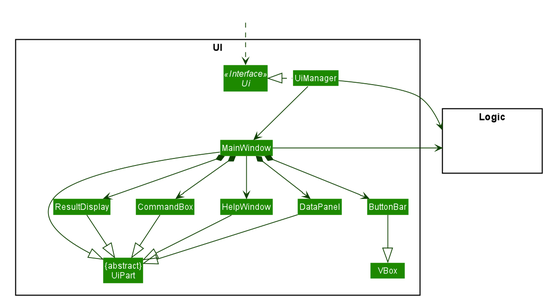
The PlantUML diagram docs/images/ui/UiClassDiagram.png in successs404/tp, before a commit. The source it was exported from:
```plantuml
@startuml








skinparam BackgroundColor #FFFFFFF

skinparam Shadowing false

skinparam Class {
    FontColor #FFFFFF
    BorderThickness 1
    BorderColor #FFFFFF
    StereotypeFontColor #FFFFFF
    FontName Arial
}

skinparam Actor {
    BorderColor #000000
    Color #000000
    FontName Arial
}

skinparam Sequence {
    MessageAlign center
    BoxFontSize 15
    BoxPadding 0
    BoxFontColor #FFFFFF
    FontName Arial
}

skinparam Participant {
    FontColor #FFFFFFF
    Padding 20
}

skinparam MinClassWidth 50
skinparam ParticipantPadding 10
skinparam Shadowing false
skinparam DefaultTextAlignment center
skinparam packageStyle Rectangle

hide footbox
hide members
hide circle
skinparam arrowThickness 1.1
skinparam arrowColor #0E4100
skinparam classBackgroundColor #1D8900

package UI <<Rectangle>>{
Interface Ui <<Interface>>
Class "{abstract}\nUiPart" as UiPart
Class UiManager
Class MainWindow
Class HelpWindow
Class ResultDisplay
Class CommandBox
Class ButtonBar
Class VBox
Class DataPanel
}

package Logic <<Rectangle>> {
Class HiddenLogic #FFFFFF
}

Class HiddenOutside #FFFFFF
HiddenOutside ..> Ui

UiManager .left.|> Ui
UiManager -down-> MainWindow
MainWindow --> HelpWindow
MainWindow *-down-> CommandBox
MainWindow *-down-> ResultDisplay
MainWindow *-down-> ButtonBar
MainWindow *-down-> DataPanel

MainWindow -left-|> UiPart
ResultDisplay --|> UiPart
CommandBox --|> UiPart
HelpWindow -down-|> UiPart
ButtonBar -down-|> VBox
DataPanel -down-|> UiPart

UiManager -right-> Logic
MainWindow -left-> Logic

HelpWindow -[hidden]left- CommandBox
CommandBox -[hidden]left- ResultDisplay

MainWindow -[hidden]-|> UiPart
@enduml
```
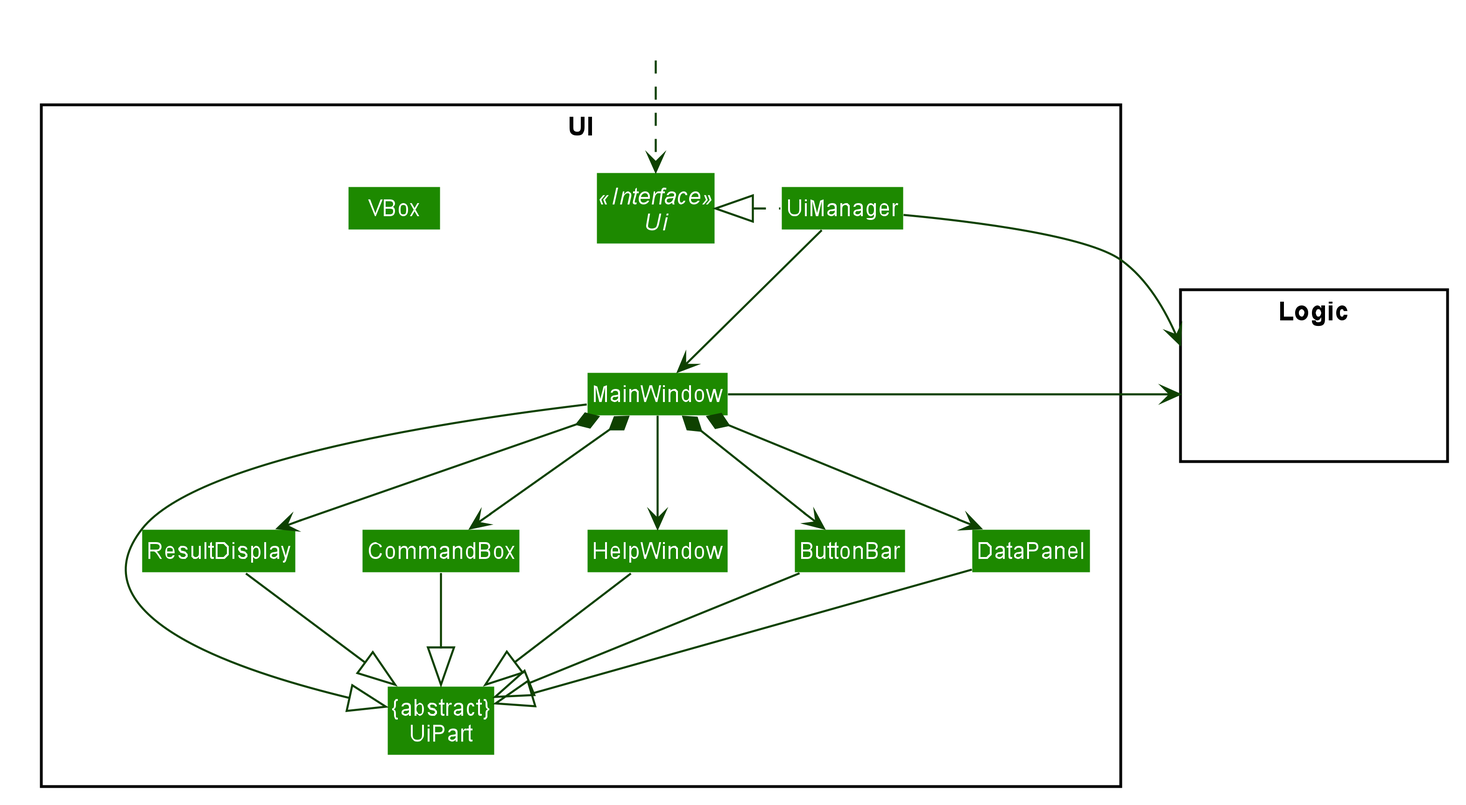
After the change.

Diff of the diagram source:
```diff
@@ -83,7 +83,7 @@
 ResultDisplay --|> UiPart
 CommandBox --|> UiPart
 HelpWindow -down-|> UiPart
-ButtonBar -down-|> VBox
+ButtonBar -down-|> UiPart
 DataPanel -down-|> UiPart
 
 UiManager -right-> Logic
```
